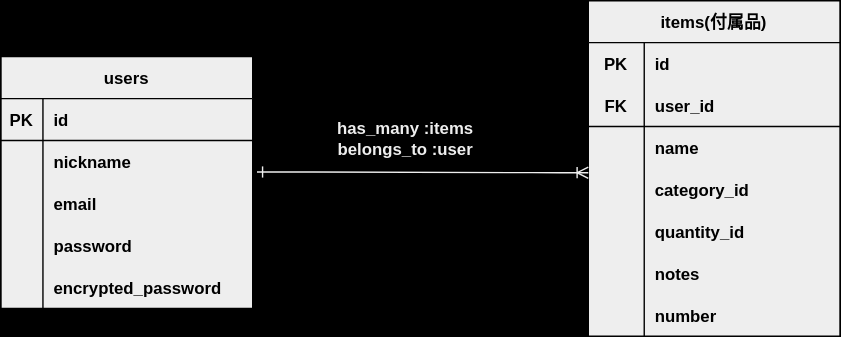
urakawakazuo0301/NaniKore keeps this draw.io diagram as korenanno2.drawio.svg. Above is the earlier version. Source tidied: cells renumbered, new cells last; positions are measured from the earlier drawing's top-left corner, leaving out a move shared by most shapes. The source it was exported from:
```xml
<mxGraphModel background="#000000">
  <root>
    <mxCell id="0" />
    <mxCell id="1" parent="0" />
    <mxCell id="2" value="users" style="shape=table;startSize=30;rowLines=0;fontStyle=1;align=center;fillColor=#EEEEEE;fontColor=#000000;strokeColor=#000000;swimlaneFillColor=#EEEEEE;" parent="1" vertex="1">
      <mxGeometry y="40" width="180" height="180" as="geometry" />
    </mxCell>
    <mxCell id="3" style="shape=tableRow;horizontal=0;startSize=0;swimlaneHead=0;swimlaneBody=0;fillColor=none;top=0;left=0;right=0;bottom=1;strokeColor=#000000;fontColor=#000000;" parent="2" vertex="1">
      <mxGeometry y="30" width="180" height="30" as="geometry" />
    </mxCell>
    <mxCell id="4" value="PK" style="shape=partialRectangle;fillColor=none;top=0;left=0;bottom=0;right=0;fontStyle=1;overflow=hidden;strokeColor=#000000;fontColor=#000000;" parent="3" vertex="1">
      <mxGeometry width="30" height="30" as="geometry" />
    </mxCell>
    <mxCell id="5" value="id" style="shape=partialRectangle;fillColor=none;top=0;left=0;bottom=0;right=0;align=left;spacingLeft=6;fontStyle=1;overflow=hidden;fontColor=#000000;" parent="3" vertex="1">
      <mxGeometry x="30" width="150" height="30" as="geometry" />
    </mxCell>
    <mxCell id="6" style="shape=tableRow;horizontal=0;startSize=0;swimlaneHead=0;swimlaneBody=0;fillColor=none;points=[[0,0.5],[1,0.5]];portConstraint=eastwest;top=0;left=0;right=0;bottom=0;" parent="2" vertex="1">
      <mxGeometry y="60" width="180" height="30" as="geometry" />
    </mxCell>
    <mxCell id="7" style="shape=partialRectangle;fillColor=none;top=0;left=0;bottom=0;right=0;overflow=hidden;" parent="6" vertex="1">
      <mxGeometry width="30" height="30" as="geometry" />
    </mxCell>
    <mxCell id="8" value="nickname" style="shape=partialRectangle;fillColor=none;top=0;left=0;bottom=0;right=0;align=left;spacingLeft=6;overflow=hidden;fontColor=#000000;fontStyle=1;" parent="6" vertex="1">
      <mxGeometry x="30" width="150" height="30" as="geometry" />
    </mxCell>
    <mxCell id="9" style="shape=tableRow;horizontal=0;startSize=0;swimlaneHead=0;swimlaneBody=0;fillColor=none;top=0;left=0;right=0;bottom=0;" parent="2" vertex="1">
      <mxGeometry y="90" width="180" height="30" as="geometry" />
    </mxCell>
    <mxCell id="10" style="shape=partialRectangle;fillColor=none;top=0;left=0;bottom=0;right=0;overflow=hidden;" parent="9" vertex="1">
      <mxGeometry width="30" height="30" as="geometry" />
    </mxCell>
    <mxCell id="11" value="email" style="shape=partialRectangle;fillColor=none;top=0;left=0;bottom=0;right=0;align=left;spacingLeft=6;overflow=hidden;fontColor=#000000;fontStyle=1;" parent="9" vertex="1">
      <mxGeometry x="30" width="150" height="30" as="geometry" />
    </mxCell>
    <mxCell id="12" style="shape=tableRow;horizontal=0;startSize=0;swimlaneHead=0;swimlaneBody=0;fillColor=none;top=0;left=0;right=0;bottom=0;" parent="2" vertex="1">
      <mxGeometry y="120" width="180" height="30" as="geometry" />
    </mxCell>
    <mxCell id="13" style="shape=partialRectangle;fillColor=none;top=0;left=0;bottom=0;right=0;overflow=hidden;" parent="12" vertex="1">
      <mxGeometry width="30" height="30" as="geometry" />
    </mxCell>
    <mxCell id="14" value="password" style="shape=partialRectangle;fillColor=none;top=0;left=0;bottom=0;right=0;align=left;spacingLeft=6;overflow=hidden;fontColor=#000000;fontStyle=1;" parent="12" vertex="1">
      <mxGeometry x="30" width="150" height="30" as="geometry" />
    </mxCell>
    <mxCell id="15" style="shape=tableRow;horizontal=0;startSize=0;swimlaneHead=0;swimlaneBody=0;fillColor=none;top=0;left=0;right=0;bottom=0;" parent="2" vertex="1">
      <mxGeometry y="150" width="180" height="30" as="geometry" />
    </mxCell>
    <mxCell id="16" style="shape=partialRectangle;fillColor=none;top=0;left=0;bottom=0;right=0;overflow=hidden;" parent="15" vertex="1">
      <mxGeometry width="30" height="30" as="geometry" />
    </mxCell>
    <mxCell id="17" value="encrypted_password" style="shape=partialRectangle;fillColor=none;top=0;left=0;bottom=0;right=0;align=left;spacingLeft=6;overflow=hidden;fontColor=#000000;fontStyle=1;" parent="15" vertex="1">
      <mxGeometry x="30" width="150" height="30" as="geometry" />
    </mxCell>
    <mxCell id="18" value="items(付属品)" style="shape=table;startSize=30;rowLines=0;fontStyle=1;align=center;labelBackgroundColor=none;strokeColor=#000000;fillColor=#EEEEEE;fontColor=#000000;swimlaneFillColor=#EEEEEE;" parent="1" vertex="1">
      <mxGeometry x="420" width="180" height="240" as="geometry" />
    </mxCell>
    <mxCell id="19" style="shape=tableRow;horizontal=0;startSize=0;swimlaneHead=0;swimlaneBody=0;fillColor=none;top=0;left=0;right=0;bottom=0;labelBackgroundColor=none;strokeColor=#FFFFFF;" parent="18" vertex="1">
      <mxGeometry y="30" width="180" height="30" as="geometry" />
    </mxCell>
    <mxCell id="20" value="PK" style="shape=partialRectangle;fillColor=none;top=0;left=0;bottom=0;right=0;fontStyle=1;overflow=hidden;labelBackgroundColor=none;strokeColor=#FFFFFF;fontColor=#000000;" parent="19" vertex="1">
      <mxGeometry width="40" height="30" as="geometry" />
    </mxCell>
    <mxCell id="21" value="id" style="shape=partialRectangle;fillColor=none;top=0;left=0;bottom=0;right=0;align=left;spacingLeft=6;fontStyle=1;overflow=hidden;labelBackgroundColor=none;strokeColor=#FFFFFF;fontColor=#000000;" parent="19" vertex="1">
      <mxGeometry x="40" width="140" height="30" as="geometry" />
    </mxCell>
    <mxCell id="22" style="shape=tableRow;horizontal=0;startSize=0;swimlaneHead=0;swimlaneBody=0;fillColor=none;top=0;left=0;right=0;bottom=1;labelBackgroundColor=none;strokeColor=#000000;" parent="18" vertex="1">
      <mxGeometry y="60" width="180" height="30" as="geometry" />
    </mxCell>
    <mxCell id="23" value="FK" style="shape=partialRectangle;fillColor=none;top=0;left=0;bottom=0;right=0;fontStyle=1;overflow=hidden;labelBackgroundColor=none;strokeColor=#000000;fontColor=#000000;" parent="22" vertex="1">
      <mxGeometry width="40" height="30" as="geometry" />
    </mxCell>
    <mxCell id="24" value="user_id" style="shape=partialRectangle;fillColor=none;top=0;left=0;bottom=0;right=0;align=left;spacingLeft=6;fontStyle=1;overflow=hidden;labelBackgroundColor=none;strokeColor=#FFFFFF;fontColor=#000000;" parent="22" vertex="1">
      <mxGeometry x="40" width="140" height="30" as="geometry" />
    </mxCell>
    <mxCell id="25" style="shape=tableRow;horizontal=0;startSize=0;swimlaneHead=0;swimlaneBody=0;fillColor=none;top=0;left=0;right=0;bottom=0;labelBackgroundColor=none;strokeColor=#FFFFFF;" parent="18" vertex="1">
      <mxGeometry y="90" width="180" height="30" as="geometry" />
    </mxCell>
    <mxCell id="26" style="shape=partialRectangle;fillColor=none;top=0;left=0;bottom=0;right=0;overflow=hidden;labelBackgroundColor=none;strokeColor=#FFFFFF;" parent="25" vertex="1">
      <mxGeometry width="40" height="30" as="geometry" />
    </mxCell>
    <mxCell id="27" value="name" style="shape=partialRectangle;fillColor=none;top=0;left=0;bottom=0;right=0;align=left;spacingLeft=6;overflow=hidden;labelBackgroundColor=none;strokeColor=#FFFFFF;fontColor=#000000;fontStyle=1;" parent="25" vertex="1">
      <mxGeometry x="40" width="140" height="30" as="geometry" />
    </mxCell>
    <mxCell id="28" style="shape=tableRow;horizontal=0;startSize=0;swimlaneHead=0;swimlaneBody=0;fillColor=none;top=0;left=0;right=0;bottom=0;labelBackgroundColor=none;strokeColor=#FFFFFF;" parent="18" vertex="1">
      <mxGeometry y="120" width="180" height="30" as="geometry" />
    </mxCell>
    <mxCell id="29" style="shape=partialRectangle;fillColor=none;top=0;left=0;bottom=0;right=0;overflow=hidden;labelBackgroundColor=none;strokeColor=#FFFFFF;" parent="28" vertex="1">
      <mxGeometry width="40" height="30" as="geometry" />
    </mxCell>
    <mxCell id="30" value="category_id" style="shape=partialRectangle;fillColor=none;top=0;left=0;bottom=0;right=0;align=left;spacingLeft=6;overflow=hidden;labelBackgroundColor=none;strokeColor=#FFFFFF;fontColor=#000000;fontStyle=1;" parent="28" vertex="1">
      <mxGeometry x="40" width="140" height="30" as="geometry" />
    </mxCell>
    <mxCell id="31" style="shape=tableRow;horizontal=0;startSize=0;swimlaneHead=0;swimlaneBody=0;fillColor=none;top=0;left=0;right=0;bottom=0;labelBackgroundColor=none;strokeColor=#FFFFFF;" parent="18" vertex="1">
      <mxGeometry y="150" width="180" height="30" as="geometry" />
    </mxCell>
    <mxCell id="32" style="shape=partialRectangle;fillColor=none;top=0;left=0;bottom=0;right=0;overflow=hidden;labelBackgroundColor=none;strokeColor=#FFFFFF;" parent="31" vertex="1">
      <mxGeometry width="40" height="30" as="geometry" />
    </mxCell>
    <mxCell id="33" value="quantity_id" style="shape=partialRectangle;fillColor=none;top=0;left=0;bottom=0;right=0;align=left;spacingLeft=6;overflow=hidden;labelBackgroundColor=none;strokeColor=#FFFFFF;fontColor=#000000;fontStyle=1;" parent="31" vertex="1">
      <mxGeometry x="40" width="140" height="30" as="geometry" />
    </mxCell>
    <mxCell id="34" style="shape=tableRow;horizontal=0;startSize=0;swimlaneHead=0;swimlaneBody=0;fillColor=none;top=0;left=0;right=0;bottom=0;labelBackgroundColor=none;strokeColor=#FFFFFF;" parent="18" vertex="1">
      <mxGeometry y="180" width="180" height="30" as="geometry" />
    </mxCell>
    <mxCell id="35" style="shape=partialRectangle;fillColor=none;top=0;left=0;bottom=0;right=0;overflow=hidden;labelBackgroundColor=none;strokeColor=#FFFFFF;" parent="34" vertex="1">
      <mxGeometry width="40" height="30" as="geometry" />
    </mxCell>
    <mxCell id="36" value="notes" style="shape=partialRectangle;fillColor=none;top=0;left=0;bottom=0;right=0;align=left;spacingLeft=6;overflow=hidden;labelBackgroundColor=none;strokeColor=#FFFFFF;fontColor=#000000;fontStyle=1;" parent="34" vertex="1">
      <mxGeometry x="40" width="140" height="30" as="geometry" />
    </mxCell>
    <mxCell id="37" style="shape=tableRow;horizontal=0;startSize=0;swimlaneHead=0;swimlaneBody=0;fillColor=none;top=0;left=0;right=0;bottom=0;labelBackgroundColor=none;strokeColor=#FFFFFF;" parent="18" vertex="1">
      <mxGeometry y="210" width="180" height="30" as="geometry" />
    </mxCell>
    <mxCell id="38" style="shape=partialRectangle;fillColor=none;top=0;left=0;bottom=0;right=0;overflow=hidden;labelBackgroundColor=none;strokeColor=#FFFFFF;" parent="37" vertex="1">
      <mxGeometry width="40" height="30" as="geometry" />
    </mxCell>
    <mxCell id="39" value="number" style="shape=partialRectangle;fillColor=none;top=0;left=0;bottom=0;right=0;align=left;spacingLeft=6;overflow=hidden;labelBackgroundColor=none;strokeColor=#FFFFFF;fontColor=#000000;fontStyle=1;" parent="37" vertex="1">
      <mxGeometry x="40" width="140" height="30" as="geometry" />
    </mxCell>
    <mxCell id="40" style="edgeStyle=entityRelationEdgeStyle;fontSize=12;html=1;endArrow=ERoneToMany;endFill=0;startArrow=ERone;startFill=0;exitX=1.017;exitY=0.75;exitDx=0;exitDy=0;exitPerimeter=0;labelBackgroundColor=none;fontColor=#F0F0F0;strokeColor=#EEEEEE;" parent="1" edge="1" source="6">
      <mxGeometry relative="1" as="geometry">
        <mxPoint x="420" y="123" as="targetPoint" />
      </mxGeometry>
    </mxCell>
    <mxCell id="41" value="&lt;b style=&quot;&quot;&gt;&lt;font color=&quot;#eeeeee&quot;&gt;has_many :items&lt;br&gt;belongs_to :user&lt;/font&gt;&lt;br&gt;&lt;/b&gt;" style="text;html=1;align=center;verticalAlign=middle;strokeColor=none;fillColor=none;" parent="1" vertex="1">
      <mxGeometry x="231" y="78" width="115" height="41" as="geometry" />
    </mxCell>
  </root>
</mxGraphModel>
```
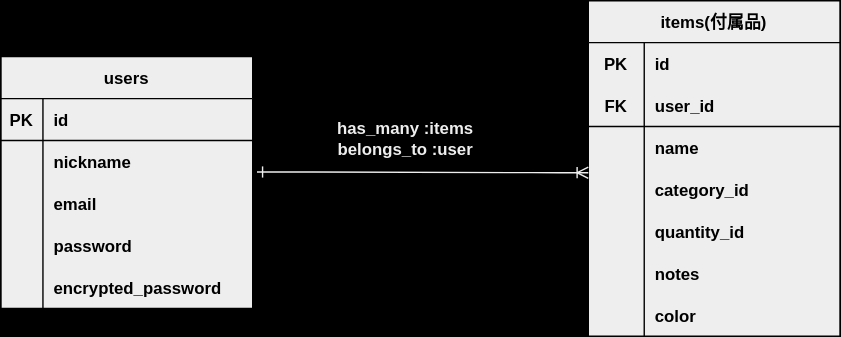
After the change.

Commit message:
itemsモデルのカラム修正

The edit, as a diff of the source:
```diff
@@ -113,7 +113,7 @@
     <mxCell id="38" style="shape=partialRectangle;fillColor=none;top=0;left=0;bottom=0;right=0;overflow=hidden;labelBackgroundColor=none;strokeColor=#FFFFFF;" parent="37" vertex="1">
       <mxGeometry width="40" height="30" as="geometry" />
     </mxCell>
-    <mxCell id="39" value="number" style="shape=partialRectangle;fillColor=none;top=0;left=0;bottom=0;right=0;align=left;spacingLeft=6;overflow=hidden;labelBackgroundColor=none;strokeColor=#FFFFFF;fontColor=#000000;fontStyle=1;" parent="37" vertex="1">
+    <mxCell id="39" value="color" style="shape=partialRectangle;fillColor=none;top=0;left=0;bottom=0;right=0;align=left;spacingLeft=6;overflow=hidden;labelBackgroundColor=none;strokeColor=#FFFFFF;fontColor=#000000;fontStyle=1;" parent="37" vertex="1">
       <mxGeometry x="40" width="140" height="30" as="geometry" />
     </mxCell>
     <mxCell id="40" style="edgeStyle=entityRelationEdgeStyle;fontSize=12;html=1;endArrow=ERoneToMany;endFill=0;startArrow=ERone;startFill=0;exitX=1.017;exitY=0.75;exitDx=0;exitDy=0;exitPerimeter=0;labelBackgroundColor=none;fontColor=#F0F0F0;strokeColor=#EEEEEE;" parent="1" edge="1" source="6">
```
